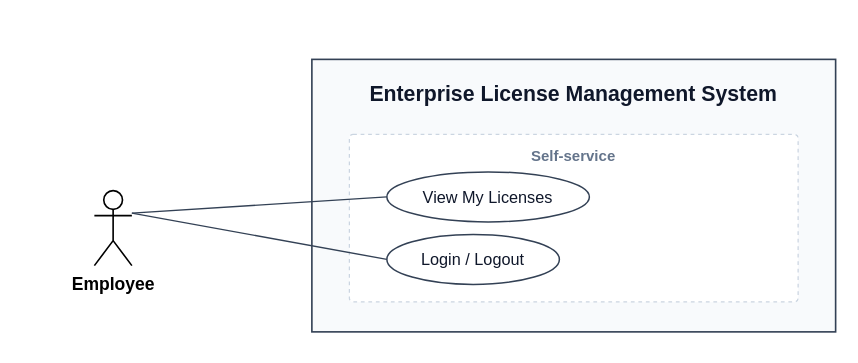
Above: docs/diagrams/out/uc_employee.drawio in cuonglpv/VFast (draw.io), before the change. Source tidied: cells renumbered, new cells numbered last; positions are measured from the earlier drawing's top-left corner, leaving out a move shared by most shapes. Both pictures are drawn from the tidied source at 125%, with x=0, y=0 at pixel (94, 59).
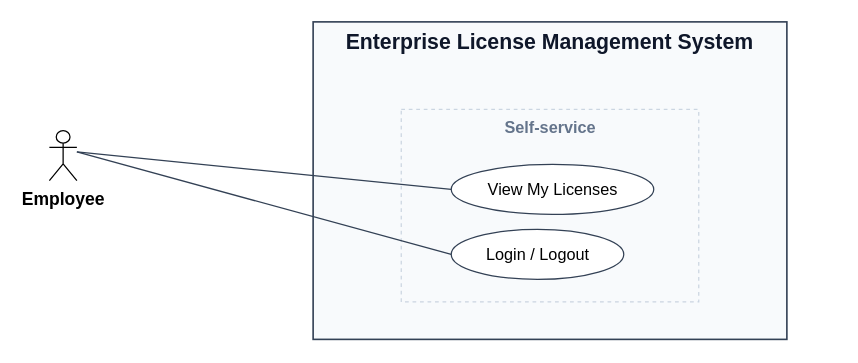
The same page after the edit.

Change to the diagram source:
```diff
@@
 <mxGraphModel>
   <root>
     <mxCell id="0" />
     <mxCell id="1" parent="0" />
-    <mxCell id="2" value="Enterprise License Management System" style="rounded=0;whiteSpace=wrap;html=1;fillColor=#F8FAFC;strokeColor=#334155;strokeWidth=1.3;verticalAlign=top;fontSize=17;fontStyle=1;fontColor=#0f172a;spacingTop=12;fontFamily=Arial;" parent="1" vertex="1">
-      <mxGeometry x="174" width="419" height="218" as="geometry" />
+    <mxCell id="2" value="Enterprise License Management System" style="rounded=0;arcSize=0;absoluteArcSize=1;whiteSpace=wrap;html=1;fillColor=#F8FAFC;strokeColor=#334155;strokeWidth=1.3;fontSize=17;fontColor=#0f172a;align=center;verticalAlign=top;fontStyle=1;" parent="1" vertex="1">
+      <mxGeometry x="175" y="-30" width="379" height="254" as="geometry" />
     </mxCell>
-    <mxCell id="3" value="Self-service" style="rounded=1;arcSize=6;absoluteArcSize=1;whiteSpace=wrap;html=1;fillColor=#ffffff;strokeColor=#CBD5E1;dashed=1;strokeWidth=1;verticalAlign=top;align=center;spacingTop=4;fontSize=12;fontStyle=1;fontColor=#64748B;fontFamily=Arial;" parent="1" vertex="1">
-      <mxGeometry x="204" y="60" width="359" height="134" as="geometry" />
+    <mxCell id="3" value="Self-service" style="rounded=0;arcSize=0;absoluteArcSize=1;whiteSpace=wrap;html=1;fillColor=#F8FAFC;strokeColor=#CBD5E1;strokeWidth=1;fontSize=13;fontColor=#64748B;align=center;verticalAlign=top;dashed=1;fontStyle=1;" parent="1" vertex="1">
+      <mxGeometry x="245.5" y="40" width="238" height="154" as="geometry" />
     </mxCell>
-    <mxCell id="4" value="View My Licenses" style="ellipse;whiteSpace=wrap;html=1;fillColor=#ffffff;strokeColor=#334155;strokeWidth=1.2;fontSize=13;fontColor=#0f172a;fontFamily=Arial;" parent="1" vertex="1">
-      <mxGeometry x="234" y="90" width="162" height="40" as="geometry" />
+    <mxCell id="4" value="View My Licenses" style="ellipse;whiteSpace=wrap;html=1;fillColor=#ffffff;strokeColor=#334155;fontSize=13;fontColor=#000000;" parent="1" vertex="1">
+      <mxGeometry x="285.5" y="84" width="162" height="40" as="geometry" />
     </mxCell>
-    <mxCell id="5" value="Login / Logout" style="ellipse;whiteSpace=wrap;html=1;fillColor=#ffffff;strokeColor=#334155;strokeWidth=1.2;fontSize=13;fontColor=#0f172a;fontFamily=Arial;" parent="1" vertex="1">
-      <mxGeometry x="234" y="140" width="138" height="40" as="geometry" />
+    <mxCell id="5" value="Login / Logout" style="ellipse;whiteSpace=wrap;html=1;fillColor=#ffffff;strokeColor=#334155;fontSize=13;fontColor=#000000;" parent="1" vertex="1">
+      <mxGeometry x="285.5" y="136" width="138" height="40" as="geometry" />
     </mxCell>
-    <mxCell id="6" value="Employee" style="shape=umlActor;verticalLabelPosition=bottom;verticalAlign=top;html=1;outlineConnect=0;fontSize=14;fontStyle=1;fontFamily=Arial;strokeWidth=1.3;" parent="1" vertex="1">
-      <mxGeometry y="105" width="30" height="60" as="geometry" />
+    <mxCell id="6" value="Employee" style="shape=umlActor;html=1;verticalLabelPosition=bottom;verticalAlign=top;labelPosition=center;align=center;outlineConnect=0;fontSize=14;fontStyle=1;" parent="1" vertex="1">
+      <mxGeometry x="-36" y="57" width="22" height="40" as="geometry" />
     </mxCell>
-    <mxCell id="7" style="endArrow=none;html=1;rounded=0;strokeColor=#334155;strokeWidth=1.1;exitX=1;exitY=0.3;exitDx=0;exitDy=0;exitPerimeter=0;entryX=0;entryY=0.5;entryDx=0;entryDy=0;" parent="1" edge="1" source="6" target="4">
-      <mxGeometry relative="1" as="geometry" />
+    <mxCell id="7" style="html=1;rounded=0;endArrow=none;endFill=0;startArrow=none;startFill=0;strokeColor=#334155;strokeWidth=1.1;" parent="1" edge="1">
+      <mxGeometry relative="1" as="geometry">
+        <mxPoint x="-14" y="74" as="sourcePoint" />
+        <mxPoint x="285.5" y="104" as="targetPoint" />
+      </mxGeometry>
     </mxCell>
-    <mxCell id="8" style="endArrow=none;html=1;rounded=0;strokeColor=#334155;strokeWidth=1.1;exitX=1;exitY=0.3;exitDx=0;exitDy=0;exitPerimeter=0;entryX=0;entryY=0.5;entryDx=0;entryDy=0;" parent="1" edge="1" source="6" target="5">
-      <mxGeometry relative="1" as="geometry" />
+    <mxCell id="8" style="html=1;rounded=0;endArrow=none;endFill=0;startArrow=none;startFill=0;strokeColor=#334155;strokeWidth=1.1;" parent="1" edge="1">
+      <mxGeometry relative="1" as="geometry">
+        <mxPoint x="-14" y="74" as="sourcePoint" />
+        <mxPoint x="285.5" y="156" as="targetPoint" />
+      </mxGeometry>
     </mxCell>
   </root>
 </mxGraphModel>
```
